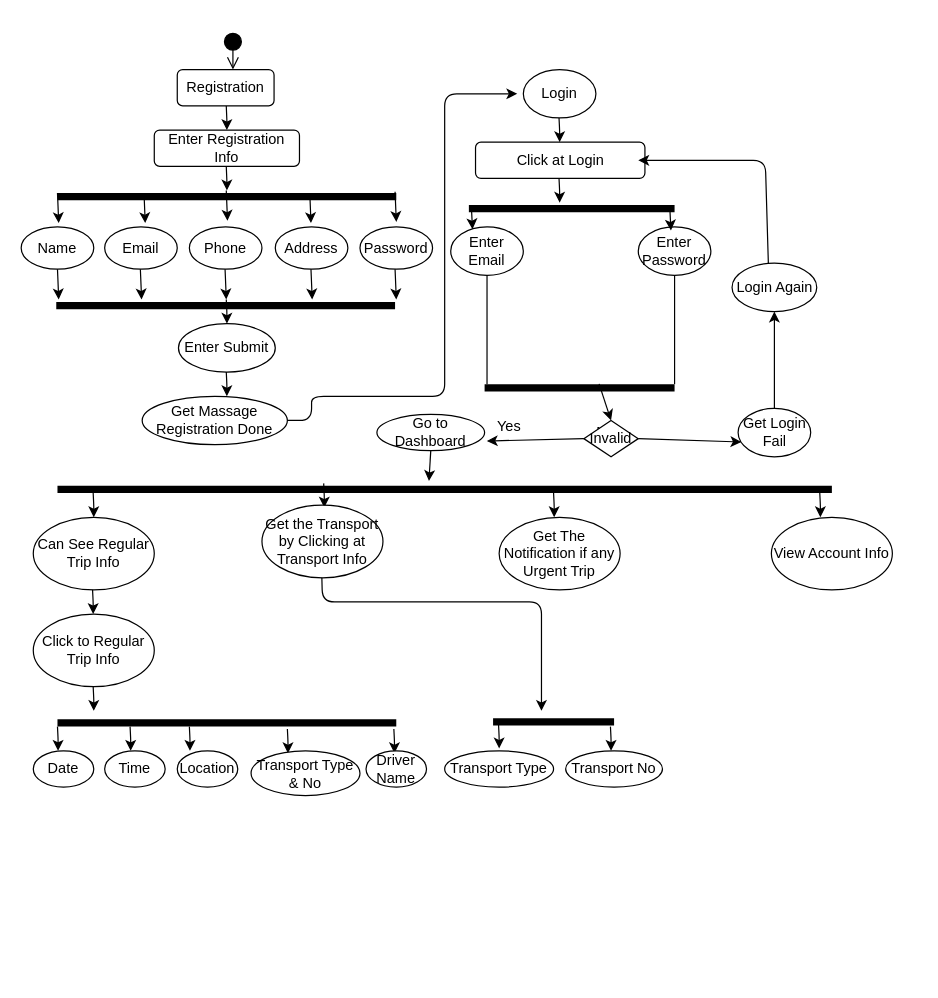
This is public/Untitled Diagram.drawio from SHIMAISRAFIL/Transport-Schedule, a draw.io file, before an edit. Source tidied: cells renumbered, new cells numbered last; positions are measured from the earlier drawing's top-left corner, leaving out a move shared by most shapes. Both pictures are drawn from the tidied source at 121%, with x=0, y=0 at pixel (21, 31).
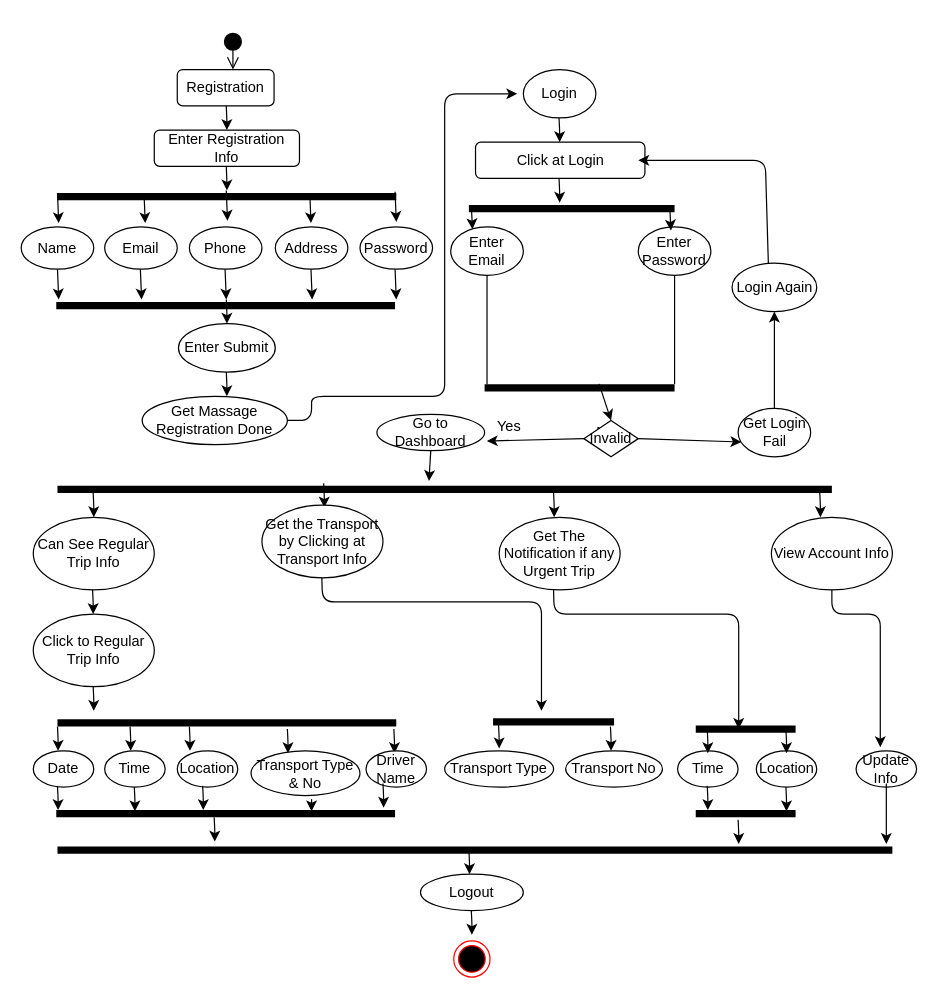
The same diagram, later.

Unchanged cells that the change refers to:
```xml
<mxCell id="64" value="View Account Info" style="ellipse;whiteSpace=wrap;html=1;" parent="1" vertex="1">
  <mxGeometry x="620" y="401" width="100" height="60" as="geometry" />
</mxCell>
```

Diff of the diagram source:
```diff
@@
+    <mxCell id="82" style="endArrow=classic;html=1;" parent="1" edge="1">
+      <mxGeometry x="280.5" y="190" as="geometry">
+        <mxPoint x="440" y="461" as="sourcePoint" />
+        <mxPoint x="593" y="576" as="targetPoint" />
+        <Array as="points">
+          <mxPoint x="440.5" y="481" />
+          <mxPoint x="593" y="481" />
+        </Array>
+      </mxGeometry>
+    </mxCell>
+    <mxCell id="83" style="shape=line;html=1;strokeWidth=6;" parent="1" vertex="1">
+      <mxGeometry x="557.5" y="571" width="82.5" height="10" as="geometry" />
+    </mxCell>
+    <mxCell id="84" value="Time" style="ellipse;whiteSpace=wrap;html=1;" parent="1" vertex="1">
+      <mxGeometry x="542.5" y="594" width="50" height="30" as="geometry" />
+    </mxCell>
+    <mxCell id="85" value="Location" style="ellipse;whiteSpace=wrap;html=1;" parent="1" vertex="1">
+      <mxGeometry x="607.5" y="594" width="50" height="30" as="geometry" />
+    </mxCell>
+    <mxCell id="86" style="endArrow=classic;html=1;" parent="1" edge="1">
+      <mxGeometry x="407.5" y="305" as="geometry">
+        <mxPoint x="567" y="576" as="sourcePoint" />
+        <mxPoint x="567.5" y="596" as="targetPoint" />
+        <Array as="points">
+          <mxPoint x="567.5" y="586" />
+        </Array>
+      </mxGeometry>
+    </mxCell>
+    <mxCell id="87" style="endArrow=classic;html=1;" parent="1" edge="1">
+      <mxGeometry x="472.5" y="305" as="geometry">
+        <mxPoint x="632" y="576" as="sourcePoint" />
+        <mxPoint x="632.5" y="596" as="targetPoint" />
+        <Array as="points">
+          <mxPoint x="632.5" y="586" />
+        </Array>
+      </mxGeometry>
+    </mxCell>
+    <mxCell id="88" style="endArrow=classic;html=1;exitX=0.5;exitY=1;exitDx=0;exitDy=0;" parent="1" edge="1" source="64">
+      <mxGeometry relative="1" as="geometry">
+        <mxPoint x="710" y="591" as="targetPoint" />
+        <Array as="points">
+          <mxPoint x="670" y="481" />
+          <mxPoint x="710" y="481" />
+        </Array>
+      </mxGeometry>
+    </mxCell>
+    <mxCell id="89" value="Update Info" style="ellipse;whiteSpace=wrap;html=1;" parent="1" vertex="1">
+      <mxGeometry x="690" y="594" width="50" height="30" as="geometry" />
+    </mxCell>
+    <mxCell id="90" style="shape=line;html=1;strokeWidth=6;" parent="1" vertex="1">
+      <mxGeometry x="557.5" y="641" width="82.5" height="10" as="geometry" />
+    </mxCell>
+    <mxCell id="91" style="endArrow=classic;html=1;" parent="1" edge="1">
+      <mxGeometry x="407.5" y="352" as="geometry">
+        <mxPoint x="567" y="623" as="sourcePoint" />
+        <mxPoint x="567.5" y="643" as="targetPoint" />
+        <Array as="points">
+          <mxPoint x="567.5" y="633" />
+        </Array>
+      </mxGeometry>
+    </mxCell>
+    <mxCell id="92" style="endArrow=classic;html=1;" parent="1" edge="1">
+      <mxGeometry x="472.5" y="353" as="geometry">
+        <mxPoint x="632" y="624" as="sourcePoint" />
+        <mxPoint x="632.5" y="644" as="targetPoint" />
+        <Array as="points">
+          <mxPoint x="632.5" y="634" />
+        </Array>
+      </mxGeometry>
+    </mxCell>
+    <mxCell id="93" style="shape=line;html=1;strokeWidth=6;" parent="1" vertex="1">
+      <mxGeometry x="29" y="641" width="280" height="10" as="geometry" />
+    </mxCell>
+    <mxCell id="94" style="endArrow=classic;html=1;" parent="1" edge="1">
+      <mxGeometry x="139.5" y="350" as="geometry">
+        <mxPoint x="299" y="621" as="sourcePoint" />
+        <mxPoint x="299.5" y="641" as="targetPoint" />
+        <Array as="points">
+          <mxPoint x="299.5" y="631" />
+        </Array>
+      </mxGeometry>
+    </mxCell>
+    <mxCell id="95" style="endArrow=classic;html=1;" parent="1" edge="1">
+      <mxGeometry x="433" y="380" as="geometry">
+        <mxPoint x="592.5" y="651" as="sourcePoint" />
+        <mxPoint x="593" y="671" as="targetPoint" />
+        <Array as="points">
+          <mxPoint x="593" y="661" />
+        </Array>
+      </mxGeometry>
+    </mxCell>
+    <mxCell id="96" style="endArrow=classic;html=1;" parent="1" edge="1">
+      <mxGeometry x="80" y="353" as="geometry">
+        <mxPoint x="240" y="634" as="sourcePoint" />
+        <mxPoint x="240" y="644" as="targetPoint" />
+        <Array as="points">
+          <mxPoint x="240" y="634" />
+        </Array>
+      </mxGeometry>
+    </mxCell>
+    <mxCell id="97" style="endArrow=classic;html=1;" parent="1" edge="1">
+      <mxGeometry x="-9.5" y="352" as="geometry">
+        <mxPoint x="150" y="623" as="sourcePoint" />
+        <mxPoint x="150.5" y="643" as="targetPoint" />
+        <Array as="points">
+          <mxPoint x="150.5" y="633" />
+        </Array>
+      </mxGeometry>
+    </mxCell>
+    <mxCell id="98" style="endArrow=classic;html=1;" parent="1" edge="1">
+      <mxGeometry x="-66" y="353" as="geometry">
+        <mxPoint x="93.5" y="624" as="sourcePoint" />
+        <mxPoint x="94" y="644" as="targetPoint" />
+        <Array as="points">
+          <mxPoint x="94" y="634" />
+        </Array>
+      </mxGeometry>
+    </mxCell>
+    <mxCell id="99" style="endArrow=classic;html=1;" parent="1" edge="1">
+      <mxGeometry x="-129.5" y="352" as="geometry">
+        <mxPoint x="30" y="623" as="sourcePoint" />
+        <mxPoint x="30.5" y="643" as="targetPoint" />
+        <Array as="points">
+          <mxPoint x="30.5" y="633" />
+        </Array>
+      </mxGeometry>
+    </mxCell>
+    <mxCell id="100" style="endArrow=classic;html=1;" parent="1" edge="1">
+      <mxGeometry y="378" as="geometry">
+        <mxPoint x="159.5" y="649" as="sourcePoint" />
+        <mxPoint x="160" y="669" as="targetPoint" />
+        <Array as="points">
+          <mxPoint x="160" y="659" />
+        </Array>
+      </mxGeometry>
+    </mxCell>
+    <mxCell id="101" style="endArrow=classic;html=1;exitX=0.5;exitY=0.9;exitDx=0;exitDy=0;exitPerimeter=0;" parent="1" edge="1" source="89">
+      <mxGeometry x="555" y="360" as="geometry">
+        <mxPoint x="715" y="671" as="targetPoint" />
+        <Array as="points">
+          <mxPoint x="715" y="641" />
+        </Array>
+      </mxGeometry>
+    </mxCell>
+    <mxCell id="102" style="shape=line;html=1;strokeWidth=6;" parent="1" vertex="1">
+      <mxGeometry x="30" y="671" width="690" height="10" as="geometry" />
+    </mxCell>
+    <mxCell id="103" style="endArrow=classic;html=1;" parent="1" edge="1">
+      <mxGeometry x="210.5" y="405" as="geometry">
+        <mxPoint x="370" y="676" as="sourcePoint" />
+        <mxPoint x="370.5" y="696" as="targetPoint" />
+        <Array as="points">
+          <mxPoint x="370.5" y="686" />
+        </Array>
+      </mxGeometry>
+    </mxCell>
+    <mxCell id="104" value="Logout" style="ellipse;whiteSpace=wrap;html=1;" parent="1" vertex="1">
+      <mxGeometry x="330" y="696" width="85" height="30" as="geometry" />
+    </mxCell>
+    <mxCell id="105" style="endArrow=classic;html=1;" parent="1" edge="1">
+      <mxGeometry x="212.5" y="455" as="geometry">
+        <mxPoint x="372" y="726" as="sourcePoint" />
+        <mxPoint x="372.5" y="746" as="targetPoint" />
+        <Array as="points">
+          <mxPoint x="372.5" y="736" />
+        </Array>
+      </mxGeometry>
+    </mxCell>
+    <mxCell id="106" style="ellipse;html=1;shape=endState;fillColor=#000000;strokeColor=#ff0000;" parent="1" vertex="1">
+      <mxGeometry x="357.5" y="751" width="30" height="30" as="geometry" />
+    </mxCell>
```
